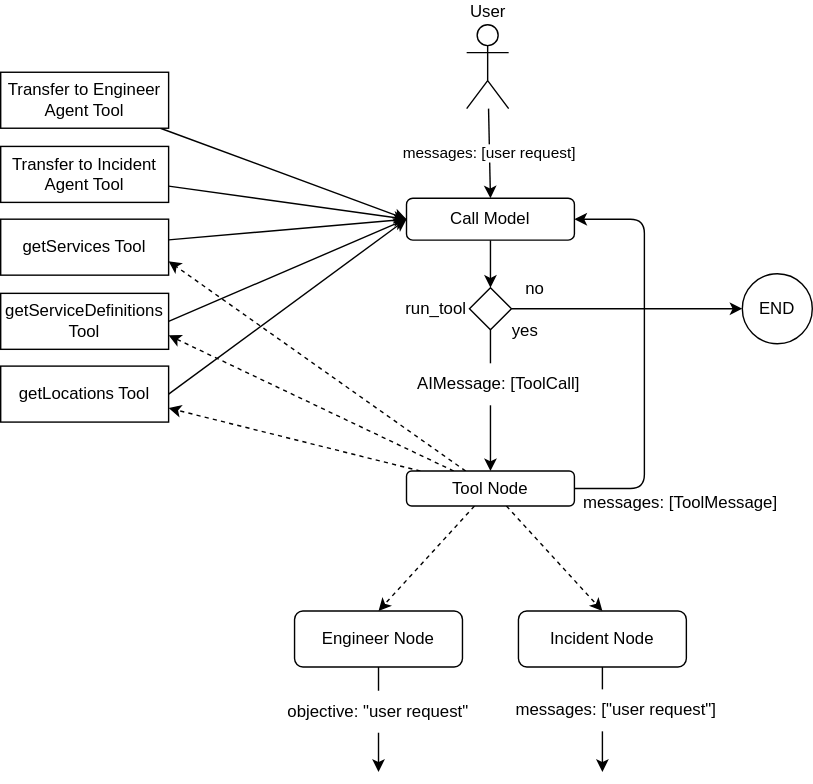
LeegenSteven/NetworkAgent-dev keeps this draw.io diagram as drawings/agent/main_agent.drawio.svg. Above is the earlier version. Source tidied: cells renumbered, new cells last; positions are measured from the earlier drawing's top-left corner, leaving out a move shared by most shapes. Source of this version:
```xml
<mxGraphModel>
  <root>
    <mxCell id="0" />
    <mxCell id="1" parent="0" />
    <mxCell id="2" value="messages: [user request]" style="edgeStyle=none;html=1;entryX=0.5;entryY=0;entryDx=0;entryDy=0;" parent="1" edge="1" source="3" target="5">
      <mxGeometry relative="1" as="geometry" />
    </mxCell>
    <mxCell id="3" value="User" style="shape=umlActor;verticalLabelPosition=top;verticalAlign=bottom;html=1;outlineConnect=0;labelPosition=center;align=center;" parent="1" vertex="1">
      <mxGeometry x="333" width="30" height="60" as="geometry" />
    </mxCell>
    <mxCell id="4" style="edgeStyle=none;html=1;" parent="1" edge="1" source="5" target="25">
      <mxGeometry relative="1" as="geometry" />
    </mxCell>
    <mxCell id="5" value="Call Model" style="rounded=1;whiteSpace=wrap;html=1;" parent="1" vertex="1">
      <mxGeometry x="290" y="124" width="120" height="30" as="geometry" />
    </mxCell>
    <mxCell id="6" style="edgeStyle=none;html=1;entryX=0;entryY=0.5;entryDx=0;entryDy=0;" parent="1" edge="1" source="7" target="5">
      <mxGeometry relative="1" as="geometry" />
    </mxCell>
    <mxCell id="7" value="Transfer to Engineer Agent Tool" style="rounded=0;whiteSpace=wrap;html=1;" parent="1" vertex="1">
      <mxGeometry y="34" width="120" height="40" as="geometry" />
    </mxCell>
    <mxCell id="8" style="edgeStyle=none;html=1;entryX=0;entryY=0.5;entryDx=0;entryDy=0;" parent="1" edge="1" source="9" target="5">
      <mxGeometry relative="1" as="geometry" />
    </mxCell>
    <mxCell id="9" value="Transfer to Incident Agent Tool" style="rounded=0;whiteSpace=wrap;html=1;" parent="1" vertex="1">
      <mxGeometry y="87" width="120" height="40" as="geometry" />
    </mxCell>
    <mxCell id="10" style="edgeStyle=none;html=1;entryX=0;entryY=0.5;entryDx=0;entryDy=0;" parent="1" edge="1" source="11" target="5">
      <mxGeometry relative="1" as="geometry" />
    </mxCell>
    <mxCell id="11" value="getServices Tool" style="rounded=0;whiteSpace=wrap;html=1;" parent="1" vertex="1">
      <mxGeometry y="139" width="120" height="40" as="geometry" />
    </mxCell>
    <mxCell id="12" style="edgeStyle=none;html=1;" parent="1" edge="1" source="13">
      <mxGeometry relative="1" as="geometry">
        <mxPoint x="270" y="534" as="targetPoint" />
      </mxGeometry>
    </mxCell>
    <mxCell id="13" value="Engineer Node" style="rounded=1;whiteSpace=wrap;html=1;" parent="1" vertex="1">
      <mxGeometry x="210" y="419" width="120" height="40" as="geometry" />
    </mxCell>
    <mxCell id="14" style="edgeStyle=none;html=1;" parent="1" edge="1" source="15">
      <mxGeometry relative="1" as="geometry">
        <mxPoint x="430" y="534" as="targetPoint" />
      </mxGeometry>
    </mxCell>
    <mxCell id="15" value="Incident Node" style="rounded=1;whiteSpace=wrap;html=1;" parent="1" vertex="1">
      <mxGeometry x="370" y="419" width="120" height="40" as="geometry" />
    </mxCell>
    <mxCell id="16" style="edgeStyle=none;html=1;entryX=0.5;entryY=0;entryDx=0;entryDy=0;dashed=1;" parent="1" edge="1" source="21" target="13">
      <mxGeometry relative="1" as="geometry" />
    </mxCell>
    <mxCell id="17" style="edgeStyle=none;html=1;entryX=0.5;entryY=0;entryDx=0;entryDy=0;dashed=1;" parent="1" edge="1" source="21" target="15">
      <mxGeometry relative="1" as="geometry" />
    </mxCell>
    <mxCell id="18" style="edgeStyle=none;html=1;entryX=1;entryY=0.75;entryDx=0;entryDy=0;dashed=1;" parent="1" edge="1" source="21" target="11">
      <mxGeometry relative="1" as="geometry" />
    </mxCell>
    <mxCell id="19" style="edgeStyle=none;html=1;entryX=1;entryY=0.75;entryDx=0;entryDy=0;dashed=1;" parent="1" edge="1" source="21" target="27">
      <mxGeometry relative="1" as="geometry" />
    </mxCell>
    <mxCell id="20" style="edgeStyle=none;html=1;entryX=1;entryY=0.75;entryDx=0;entryDy=0;dashed=1;" parent="1" edge="1" source="21" target="29">
      <mxGeometry relative="1" as="geometry" />
    </mxCell>
    <mxCell id="21" value="Tool Node" style="rounded=1;whiteSpace=wrap;html=1;" parent="1" vertex="1">
      <mxGeometry x="290" y="319" width="120" height="25" as="geometry" />
    </mxCell>
    <mxCell id="22" style="edgeStyle=none;html=1;" parent="1" edge="1" source="25" target="21">
      <mxGeometry relative="1" as="geometry" />
    </mxCell>
    <mxCell id="23" style="edgeStyle=orthogonalEdgeStyle;html=1;entryX=1;entryY=0.5;entryDx=0;entryDy=0;exitX=1;exitY=0.5;exitDx=0;exitDy=0;" parent="1" edge="1" source="21" target="5">
      <mxGeometry relative="1" as="geometry">
        <Array as="points">
          <mxPoint x="460" y="332" />
          <mxPoint x="460" y="139" />
        </Array>
      </mxGeometry>
    </mxCell>
    <mxCell id="24" style="edgeStyle=none;html=1;entryX=0;entryY=0.5;entryDx=0;entryDy=0;" parent="1" edge="1" source="25" target="30">
      <mxGeometry relative="1" as="geometry" />
    </mxCell>
    <mxCell id="25" value="run_tool" style="rhombus;whiteSpace=wrap;html=1;labelPosition=left;verticalLabelPosition=middle;align=right;verticalAlign=middle;" parent="1" vertex="1">
      <mxGeometry x="335" y="188" width="30" height="30" as="geometry" />
    </mxCell>
    <mxCell id="26" style="edgeStyle=none;html=1;exitX=1;exitY=0.5;exitDx=0;exitDy=0;entryX=0;entryY=0.5;entryDx=0;entryDy=0;" parent="1" edge="1" source="27" target="5">
      <mxGeometry relative="1" as="geometry" />
    </mxCell>
    <mxCell id="27" value="getServiceDefinitions Tool" style="rounded=0;whiteSpace=wrap;html=1;" parent="1" vertex="1">
      <mxGeometry y="192" width="120" height="40" as="geometry" />
    </mxCell>
    <mxCell id="28" style="edgeStyle=none;html=1;exitX=1;exitY=0.5;exitDx=0;exitDy=0;entryX=0;entryY=0.5;entryDx=0;entryDy=0;" parent="1" edge="1" source="29" target="5">
      <mxGeometry relative="1" as="geometry" />
    </mxCell>
    <mxCell id="29" value="getLocations Tool" style="rounded=0;whiteSpace=wrap;html=1;" parent="1" vertex="1">
      <mxGeometry y="244" width="120" height="40" as="geometry" />
    </mxCell>
    <mxCell id="30" value="END" style="ellipse;whiteSpace=wrap;html=1;" parent="1" vertex="1">
      <mxGeometry x="530" y="178" width="50" height="50" as="geometry" />
    </mxCell>
    <mxCell id="31" value="no" style="text;html=1;align=center;verticalAlign=middle;whiteSpace=wrap;rounded=0;" parent="1" vertex="1">
      <mxGeometry x="352" y="174" width="60" height="30" as="geometry" />
    </mxCell>
    <mxCell id="32" value="yes" style="text;html=1;align=center;verticalAlign=middle;whiteSpace=wrap;rounded=0;" parent="1" vertex="1">
      <mxGeometry x="345" y="204" width="60" height="30" as="geometry" />
    </mxCell>
    <mxCell id="33" value="objective: &quot;user request&quot;" style="text;html=1;align=center;verticalAlign=middle;whiteSpace=wrap;rounded=0;fillColor=default;" parent="1" vertex="1">
      <mxGeometry x="200" y="476" width="140" height="30" as="geometry" />
    </mxCell>
    <mxCell id="34" value="messages: [&quot;user request&quot;]" style="text;html=1;align=center;verticalAlign=middle;whiteSpace=wrap;rounded=0;fillColor=default;" parent="1" vertex="1">
      <mxGeometry x="360" y="475" width="160" height="30" as="geometry" />
    </mxCell>
    <mxCell id="35" value="messages: [ToolMessage]" style="text;html=1;align=center;verticalAlign=middle;whiteSpace=wrap;rounded=0;" parent="1" vertex="1">
      <mxGeometry x="411" y="327" width="150" height="30" as="geometry" />
    </mxCell>
    <mxCell id="36" value="AIMessage: [ToolCall]" style="text;html=1;align=center;verticalAlign=middle;whiteSpace=wrap;rounded=0;fillColor=default;" parent="1" vertex="1">
      <mxGeometry x="286" y="242" width="140" height="30" as="geometry" />
    </mxCell>
  </root>
</mxGraphModel>
```
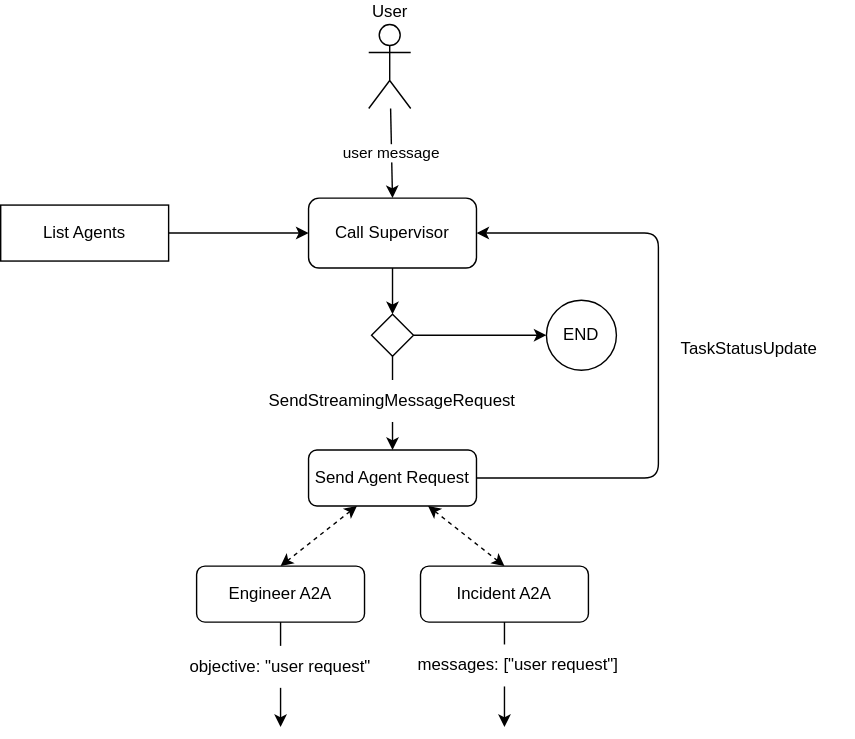
Above is the later version.

What changed in the source:
```diff
@@ -2,7 +2,7 @@
   <root>
     <mxCell id="0" />
     <mxCell id="1" parent="0" />
-    <mxCell id="2" value="messages: [user request]" style="edgeStyle=none;html=1;entryX=0.5;entryY=0;entryDx=0;entryDy=0;" parent="1" edge="1" source="3" target="5">
+    <mxCell id="2" value="user message" style="edgeStyle=none;html=1;entryX=0.5;entryY=0;entryDx=0;entryDy=0;" parent="1" edge="1" source="3" target="5">
       <mxGeometry relative="1" as="geometry" />
     </mxCell>
     <mxCell id="3" value="User" style="shape=umlActor;verticalLabelPosition=top;verticalAlign=bottom;html=1;outlineConnect=0;labelPosition=center;align=center;" parent="1" vertex="1">
@@ -11,60 +11,39 @@
     <mxCell id="4" style="edgeStyle=none;html=1;" parent="1" edge="1" source="5" target="25">
       <mxGeometry relative="1" as="geometry" />
     </mxCell>
-    <mxCell id="5" value="Call Model" style="rounded=1;whiteSpace=wrap;html=1;" parent="1" vertex="1">
-      <mxGeometry x="290" y="124" width="120" height="30" as="geometry" />
+    <mxCell id="5" value="Call Supervisor" style="rounded=1;whiteSpace=wrap;html=1;" parent="1" vertex="1">
+      <mxGeometry x="290" y="124" width="120" height="50" as="geometry" />
     </mxCell>
     <mxCell id="6" style="edgeStyle=none;html=1;entryX=0;entryY=0.5;entryDx=0;entryDy=0;" parent="1" edge="1" source="7" target="5">
       <mxGeometry relative="1" as="geometry" />
     </mxCell>
-    <mxCell id="7" value="Transfer to Engineer Agent Tool" style="rounded=0;whiteSpace=wrap;html=1;" parent="1" vertex="1">
-      <mxGeometry y="34" width="120" height="40" as="geometry" />
+    <mxCell id="7" value="List Agents" style="rounded=0;whiteSpace=wrap;html=1;" parent="1" vertex="1">
+      <mxGeometry x="70" y="129" width="120" height="40" as="geometry" />
     </mxCell>
-    <mxCell id="8" style="edgeStyle=none;html=1;entryX=0;entryY=0.5;entryDx=0;entryDy=0;" parent="1" edge="1" source="9" target="5">
-      <mxGeometry relative="1" as="geometry" />
-    </mxCell>
-    <mxCell id="9" value="Transfer to Incident Agent Tool" style="rounded=0;whiteSpace=wrap;html=1;" parent="1" vertex="1">
-      <mxGeometry y="87" width="120" height="40" as="geometry" />
-    </mxCell>
-    <mxCell id="10" style="edgeStyle=none;html=1;entryX=0;entryY=0.5;entryDx=0;entryDy=0;" parent="1" edge="1" source="11" target="5">
-      <mxGeometry relative="1" as="geometry" />
-    </mxCell>
-    <mxCell id="11" value="getServices Tool" style="rounded=0;whiteSpace=wrap;html=1;" parent="1" vertex="1">
-      <mxGeometry y="139" width="120" height="40" as="geometry" />
-    </mxCell>
     <mxCell id="12" style="edgeStyle=none;html=1;" parent="1" edge="1" source="13">
       <mxGeometry relative="1" as="geometry">
-        <mxPoint x="270" y="534" as="targetPoint" />
+        <mxPoint x="270" y="502" as="targetPoint" />
       </mxGeometry>
     </mxCell>
-    <mxCell id="13" value="Engineer Node" style="rounded=1;whiteSpace=wrap;html=1;" parent="1" vertex="1">
-      <mxGeometry x="210" y="419" width="120" height="40" as="geometry" />
+    <mxCell id="13" value="Engineer A2A" style="rounded=1;whiteSpace=wrap;html=1;" parent="1" vertex="1">
+      <mxGeometry x="210" y="387" width="120" height="40" as="geometry" />
     </mxCell>
     <mxCell id="14" style="edgeStyle=none;html=1;" parent="1" edge="1" source="15">
       <mxGeometry relative="1" as="geometry">
-        <mxPoint x="430" y="534" as="targetPoint" />
+        <mxPoint x="430" y="502" as="targetPoint" />
       </mxGeometry>
     </mxCell>
-    <mxCell id="15" value="Incident Node" style="rounded=1;whiteSpace=wrap;html=1;" parent="1" vertex="1">
-      <mxGeometry x="370" y="419" width="120" height="40" as="geometry" />
+    <mxCell id="15" value="Incident A2A" style="rounded=1;whiteSpace=wrap;html=1;" parent="1" vertex="1">
+      <mxGeometry x="370" y="387" width="120" height="40" as="geometry" />
     </mxCell>
-    <mxCell id="16" style="edgeStyle=none;html=1;entryX=0.5;entryY=0;entryDx=0;entryDy=0;dashed=1;" parent="1" edge="1" source="21" target="13">
+    <mxCell id="16" style="edgeStyle=none;html=1;entryX=0.5;entryY=0;entryDx=0;entryDy=0;dashed=1;startArrow=classic;startFill=1;" parent="1" edge="1" source="21" target="13">
       <mxGeometry relative="1" as="geometry" />
     </mxCell>
-    <mxCell id="17" style="edgeStyle=none;html=1;entryX=0.5;entryY=0;entryDx=0;entryDy=0;dashed=1;" parent="1" edge="1" source="21" target="15">
+    <mxCell id="17" style="edgeStyle=none;html=1;entryX=0.5;entryY=0;entryDx=0;entryDy=0;dashed=1;startArrow=classic;startFill=1;" parent="1" edge="1" source="21" target="15">
       <mxGeometry relative="1" as="geometry" />
     </mxCell>
-    <mxCell id="18" style="edgeStyle=none;html=1;entryX=1;entryY=0.75;entryDx=0;entryDy=0;dashed=1;" parent="1" edge="1" source="21" target="11">
-      <mxGeometry relative="1" as="geometry" />
-    </mxCell>
-    <mxCell id="19" style="edgeStyle=none;html=1;entryX=1;entryY=0.75;entryDx=0;entryDy=0;dashed=1;" parent="1" edge="1" source="21" target="27">
-      <mxGeometry relative="1" as="geometry" />
-    </mxCell>
-    <mxCell id="20" style="edgeStyle=none;html=1;entryX=1;entryY=0.75;entryDx=0;entryDy=0;dashed=1;" parent="1" edge="1" source="21" target="29">
-      <mxGeometry relative="1" as="geometry" />
-    </mxCell>
-    <mxCell id="21" value="Tool Node" style="rounded=1;whiteSpace=wrap;html=1;" parent="1" vertex="1">
-      <mxGeometry x="290" y="319" width="120" height="25" as="geometry" />
+    <mxCell id="21" value="Send Agent Request" style="rounded=1;whiteSpace=wrap;html=1;" parent="1" vertex="1">
+      <mxGeometry x="290" y="304" width="120" height="40" as="geometry" />
     </mxCell>
     <mxCell id="22" style="edgeStyle=none;html=1;" parent="1" edge="1" source="25" target="21">
       <mxGeometry relative="1" as="geometry" />
@@ -72,49 +51,31 @@
     <mxCell id="23" style="edgeStyle=orthogonalEdgeStyle;html=1;entryX=1;entryY=0.5;entryDx=0;entryDy=0;exitX=1;exitY=0.5;exitDx=0;exitDy=0;" parent="1" edge="1" source="21" target="5">
       <mxGeometry relative="1" as="geometry">
         <Array as="points">
-          <mxPoint x="460" y="332" />
-          <mxPoint x="460" y="139" />
+          <mxPoint x="540" y="324" />
+          <mxPoint x="540" y="149" />
         </Array>
       </mxGeometry>
     </mxCell>
     <mxCell id="24" style="edgeStyle=none;html=1;entryX=0;entryY=0.5;entryDx=0;entryDy=0;" parent="1" edge="1" source="25" target="30">
       <mxGeometry relative="1" as="geometry" />
     </mxCell>
-    <mxCell id="25" value="run_tool" style="rhombus;whiteSpace=wrap;html=1;labelPosition=left;verticalLabelPosition=middle;align=right;verticalAlign=middle;" parent="1" vertex="1">
-      <mxGeometry x="335" y="188" width="30" height="30" as="geometry" />
+    <mxCell id="25" style="rhombus;whiteSpace=wrap;html=1;labelPosition=left;verticalLabelPosition=middle;align=right;verticalAlign=middle;" parent="1" vertex="1">
+      <mxGeometry x="335" y="207" width="30" height="30" as="geometry" />
     </mxCell>
-    <mxCell id="26" style="edgeStyle=none;html=1;exitX=1;exitY=0.5;exitDx=0;exitDy=0;entryX=0;entryY=0.5;entryDx=0;entryDy=0;" parent="1" edge="1" source="27" target="5">
-      <mxGeometry relative="1" as="geometry" />
-    </mxCell>
-    <mxCell id="27" value="getServiceDefinitions Tool" style="rounded=0;whiteSpace=wrap;html=1;" parent="1" vertex="1">
-      <mxGeometry y="192" width="120" height="40" as="geometry" />
-    </mxCell>
-    <mxCell id="28" style="edgeStyle=none;html=1;exitX=1;exitY=0.5;exitDx=0;exitDy=0;entryX=0;entryY=0.5;entryDx=0;entryDy=0;" parent="1" edge="1" source="29" target="5">
-      <mxGeometry relative="1" as="geometry" />
-    </mxCell>
-    <mxCell id="29" value="getLocations Tool" style="rounded=0;whiteSpace=wrap;html=1;" parent="1" vertex="1">
-      <mxGeometry y="244" width="120" height="40" as="geometry" />
-    </mxCell>
     <mxCell id="30" value="END" style="ellipse;whiteSpace=wrap;html=1;" parent="1" vertex="1">
-      <mxGeometry x="530" y="178" width="50" height="50" as="geometry" />
+      <mxGeometry x="460" y="197" width="50" height="50" as="geometry" />
     </mxCell>
-    <mxCell id="31" value="no" style="text;html=1;align=center;verticalAlign=middle;whiteSpace=wrap;rounded=0;" parent="1" vertex="1">
-      <mxGeometry x="352" y="174" width="60" height="30" as="geometry" />
-    </mxCell>
-    <mxCell id="32" value="yes" style="text;html=1;align=center;verticalAlign=middle;whiteSpace=wrap;rounded=0;" parent="1" vertex="1">
-      <mxGeometry x="345" y="204" width="60" height="30" as="geometry" />
-    </mxCell>
     <mxCell id="33" value="objective: &quot;user request&quot;" style="text;html=1;align=center;verticalAlign=middle;whiteSpace=wrap;rounded=0;fillColor=default;" parent="1" vertex="1">
-      <mxGeometry x="200" y="476" width="140" height="30" as="geometry" />
+      <mxGeometry x="200" y="444" width="140" height="30" as="geometry" />
     </mxCell>
     <mxCell id="34" value="messages: [&quot;user request&quot;]" style="text;html=1;align=center;verticalAlign=middle;whiteSpace=wrap;rounded=0;fillColor=default;" parent="1" vertex="1">
-      <mxGeometry x="360" y="475" width="160" height="30" as="geometry" />
+      <mxGeometry x="360" y="443" width="160" height="30" as="geometry" />
     </mxCell>
-    <mxCell id="35" value="messages: [ToolMessage]" style="text;html=1;align=center;verticalAlign=middle;whiteSpace=wrap;rounded=0;" parent="1" vertex="1">
-      <mxGeometry x="411" y="327" width="150" height="30" as="geometry" />
+    <mxCell id="35" value="TaskStatusUpdate" style="text;html=1;align=center;verticalAlign=middle;whiteSpace=wrap;rounded=0;" parent="1" vertex="1">
+      <mxGeometry x="530" y="217" width="150" height="30" as="geometry" />
     </mxCell>
-    <mxCell id="36" value="AIMessage: [ToolCall]" style="text;html=1;align=center;verticalAlign=middle;whiteSpace=wrap;rounded=0;fillColor=default;" parent="1" vertex="1">
-      <mxGeometry x="286" y="242" width="140" height="30" as="geometry" />
+    <mxCell id="36" value="SendStreamingMessageRequest" style="text;html=1;align=center;verticalAlign=middle;whiteSpace=wrap;rounded=0;fillColor=default;" parent="1" vertex="1">
+      <mxGeometry x="280" y="254" width="140" height="30" as="geometry" />
     </mxCell>
   </root>
 </mxGraphModel>
```
